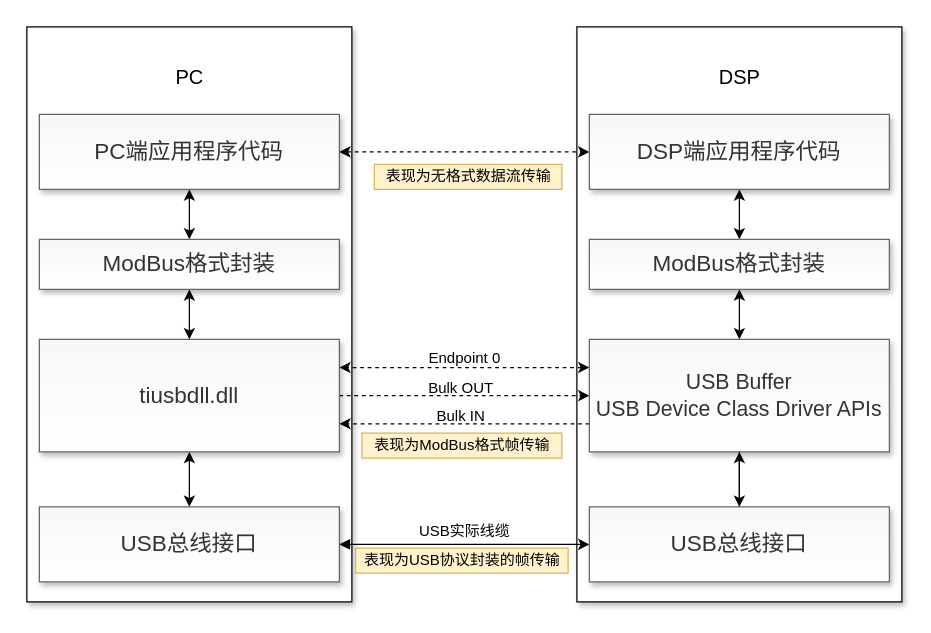
The draw.io diagram page "整个通信框图" (1 of 3) of Untitled Diagram.drawio in fuxinsen/test, before the edit. Source tidied: cells renumbered, new cells numbered last; positions are measured from the earlier drawing's top-left corner, leaving out a move shared by most shapes. Both pictures are drawn from the tidied source at 125%, with x=0, y=0 at pixel (26, 26).
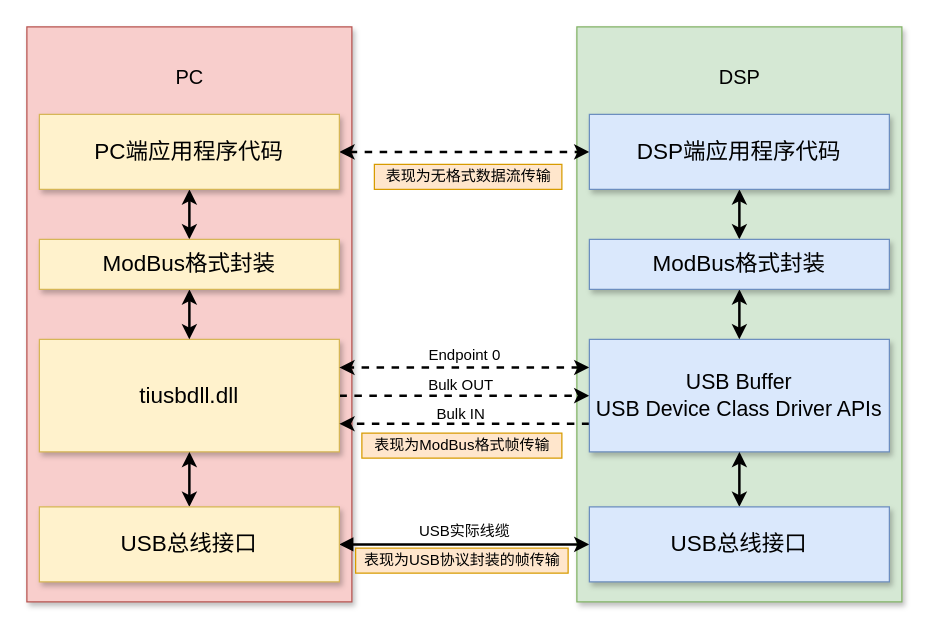
The same page after the edit.

Diff of the diagram source:
```diff
@@
-    <mxCell id="2" style="whiteSpace=wrap;html=1;shadow=1;fontSize=18;sketch=0;rounded=0;glass=0;" parent="1" vertex="1">
+    <mxCell id="2" style="whiteSpace=wrap;html=1;shadow=1;fontSize=18;sketch=0;rounded=0;glass=0;fillColor=#d5e8d4;strokeColor=#82b366;" parent="1" vertex="1">
       <mxGeometry x="440" width="260" height="460" as="geometry" />
     </mxCell>
-    <mxCell id="3" value="&lt;div&gt;&lt;br&gt;&lt;/div&gt;" style="whiteSpace=wrap;html=1;shadow=1;fontSize=18;sketch=0;rounded=0;glass=0;align=center;" parent="1" vertex="1">
+    <mxCell id="3" value="&lt;div&gt;&lt;br&gt;&lt;/div&gt;" style="whiteSpace=wrap;html=1;shadow=1;fontSize=18;sketch=0;rounded=0;glass=0;align=center;fillColor=#f8cecc;strokeColor=#b85450;" parent="1" vertex="1">
       <mxGeometry width="260" height="460" as="geometry" />
     </mxCell>
-    <mxCell id="4" style="edgeStyle=orthogonalEdgeStyle;rounded=0;sketch=0;jettySize=auto;html=1;entryX=0;entryY=0.5;entryDx=0;entryDy=0;shadow=0;dashed=1;startArrow=none;startFill=0;strokeColor=#000000;strokeWidth=1;fillColor=none;" parent="1" edge="1" source="5" target="12">
+    <mxCell id="4" style="edgeStyle=orthogonalEdgeStyle;rounded=0;sketch=0;jettySize=auto;html=1;entryX=0;entryY=0.5;entryDx=0;entryDy=0;shadow=0;dashed=1;startArrow=none;startFill=0;strokeColor=#000000;strokeWidth=2;fillColor=none;" parent="1" edge="1" source="5" target="12">
       <mxGeometry relative="1" as="geometry" />
     </mxCell>
-    <mxCell id="5" value="tiusbdll.dll" style="whiteSpace=wrap;html=1;shadow=1;fontSize=18;sketch=0;rounded=0;glass=0;strokeColor=#666666;fontColor=#333333;fillColor=#F7F7F7;gradientColor=#ffffff;" parent="1" vertex="1">
+    <mxCell id="5" value="tiusbdll.dll" style="whiteSpace=wrap;html=1;shadow=1;fontSize=18;sketch=0;rounded=0;glass=0;strokeColor=#d6b656;fillColor=#fff2cc;" parent="1" vertex="1">
       <mxGeometry x="10" y="250" width="240" height="90" as="geometry" />
     </mxCell>
-    <mxCell id="6" style="edgeStyle=orthogonalEdgeStyle;rounded=0;jettySize=auto;html=1;entryX=0;entryY=0.5;entryDx=0;entryDy=0;startArrow=block;" parent="1" edge="1" source="8" target="14">
+    <mxCell id="6" style="edgeStyle=orthogonalEdgeStyle;rounded=0;jettySize=auto;html=1;entryX=0;entryY=0.5;entryDx=0;entryDy=0;startArrow=block;strokeWidth=2;" parent="1" edge="1" source="8" target="14">
       <mxGeometry relative="1" as="geometry" />
     </mxCell>
-    <mxCell id="7" style="edgeStyle=orthogonalEdgeStyle;rounded=0;sketch=0;jettySize=auto;html=1;exitX=0.5;exitY=0;exitDx=0;exitDy=0;entryX=0.5;entryY=1;entryDx=0;entryDy=0;shadow=0;startArrow=classic;startFill=1;strokeColor=#000000;strokeWidth=1;fillColor=none;" parent="1" edge="1" source="8" target="5">
+    <mxCell id="7" style="edgeStyle=orthogonalEdgeStyle;rounded=0;sketch=0;jettySize=auto;html=1;exitX=0.5;exitY=0;exitDx=0;exitDy=0;entryX=0.5;entryY=1;entryDx=0;entryDy=0;shadow=0;startArrow=classic;startFill=1;strokeColor=#000000;strokeWidth=2;fillColor=none;" parent="1" edge="1" source="8" target="5">
       <mxGeometry relative="1" as="geometry" />
     </mxCell>
-    <mxCell id="8" value="USB总线接口" style="whiteSpace=wrap;html=1;shadow=1;fontSize=18;sketch=0;rounded=0;glass=0;strokeColor=#666666;fontColor=#333333;fillColor=#F7F7F7;gradientColor=#ffffff;" parent="1" vertex="1">
+    <mxCell id="8" value="USB总线接口" style="whiteSpace=wrap;html=1;shadow=1;fontSize=18;sketch=0;rounded=0;glass=0;strokeColor=#d6b656;fillColor=#fff2cc;" parent="1" vertex="1">
       <mxGeometry x="10" y="384" width="240" height="60" as="geometry" />
     </mxCell>
-    <mxCell id="9" style="edgeStyle=orthogonalEdgeStyle;rounded=0;jettySize=auto;html=1;" parent="1" edge="1" source="12" target="14">
-      <mxGeometry relative="1" as="geometry" />
-    </mxCell>
-    <mxCell id="10" style="edgeStyle=orthogonalEdgeStyle;rounded=0;sketch=0;jettySize=auto;html=1;exitX=0;exitY=0.75;exitDx=0;exitDy=0;entryX=1;entryY=0.75;entryDx=0;entryDy=0;shadow=0;dashed=1;startArrow=none;startFill=0;strokeColor=#000000;strokeWidth=1;fillColor=none;" parent="1" edge="1" source="12" target="5">
+    <mxCell id="10" style="edgeStyle=orthogonalEdgeStyle;rounded=0;sketch=0;jettySize=auto;html=1;exitX=0;exitY=0.75;exitDx=0;exitDy=0;entryX=1;entryY=0.75;entryDx=0;entryDy=0;shadow=0;dashed=1;startArrow=none;startFill=0;strokeColor=#000000;strokeWidth=2;fillColor=none;" parent="1" edge="1" source="12" target="5">
       <mxGeometry relative="1" as="geometry" />
     </mxCell>
-    <mxCell id="11" style="edgeStyle=orthogonalEdgeStyle;rounded=0;sketch=0;jettySize=auto;html=1;exitX=0;exitY=0.25;exitDx=0;exitDy=0;entryX=1;entryY=0.25;entryDx=0;entryDy=0;shadow=0;startArrow=classic;startFill=1;strokeColor=#000000;strokeWidth=1;fillColor=none;dashed=1;" parent="1" edge="1" source="12" target="5">
+    <mxCell id="11" style="edgeStyle=orthogonalEdgeStyle;rounded=0;sketch=0;jettySize=auto;html=1;exitX=0;exitY=0.25;exitDx=0;exitDy=0;entryX=1;entryY=0.25;entryDx=0;entryDy=0;shadow=0;startArrow=classic;startFill=1;strokeColor=#000000;strokeWidth=2;fillColor=none;dashed=1;" parent="1" edge="1" source="12" target="5">
       <mxGeometry relative="1" as="geometry">
         <Array as="points">
           <mxPoint x="400" y="273" />
           <mxPoint x="400" y="273" />
         </Array>
       </mxGeometry>
     </mxCell>
-    <mxCell id="12" value="&lt;font style=&quot;font-size: 17px&quot;&gt;USB Buffer&lt;br&gt;USB Device Class Driver APIs&lt;/font&gt;" style="whiteSpace=wrap;html=1;shadow=1;fontSize=18;sketch=0;rounded=0;glass=0;strokeColor=#666666;fontColor=#333333;fillColor=#F7F7F7;gradientColor=#ffffff;" parent="1" vertex="1">
+    <mxCell id="12" value="&lt;font style=&quot;font-size: 17px&quot;&gt;USB Buffer&lt;br&gt;USB Device Class Driver APIs&lt;/font&gt;" style="whiteSpace=wrap;html=1;shadow=1;fontSize=18;sketch=0;rounded=0;glass=0;strokeColor=#6c8ebf;fillColor=#dae8fc;" parent="1" vertex="1">
       <mxGeometry x="450" y="250" width="240" height="90" as="geometry" />
     </mxCell>
-    <mxCell id="13" style="edgeStyle=orthogonalEdgeStyle;rounded=0;jettySize=auto;html=1;entryX=0.5;entryY=1;entryDx=0;entryDy=0;" parent="1" edge="1" source="14" target="12">
+    <mxCell id="13" style="edgeStyle=orthogonalEdgeStyle;rounded=0;sketch=0;jettySize=auto;html=1;exitX=0.5;exitY=0;exitDx=0;exitDy=0;entryX=0.5;entryY=1;entryDx=0;entryDy=0;shadow=0;startArrow=classic;startFill=1;endArrow=classic;endFill=1;strokeColor=#000000;strokeWidth=2;fillColor=none;fontSize=18;" parent="1" edge="1" source="14" target="12">
       <mxGeometry relative="1" as="geometry" />
     </mxCell>
-    <mxCell id="14" value="USB总线接口" style="whiteSpace=wrap;html=1;shadow=1;fontSize=18;sketch=0;rounded=0;glass=0;strokeColor=#666666;fontColor=#333333;fillColor=#F7F7F7;gradientColor=#ffffff;" parent="1" vertex="1">
+    <mxCell id="14" value="USB总线接口" style="whiteSpace=wrap;html=1;shadow=1;fontSize=18;sketch=0;rounded=0;glass=0;strokeColor=#6c8ebf;fillColor=#dae8fc;" parent="1" vertex="1">
       <mxGeometry x="450" y="384" width="240" height="60" as="geometry" />
     </mxCell>
-    <mxCell id="15" style="edgeStyle=orthogonalEdgeStyle;rounded=0;sketch=0;jettySize=auto;html=1;shadow=0;dashed=1;startArrow=classic;startFill=1;strokeColor=#000000;strokeWidth=1;fillColor=none;" parent="1" edge="1" source="17" target="19">
+    <mxCell id="15" style="edgeStyle=orthogonalEdgeStyle;rounded=0;sketch=0;jettySize=auto;html=1;shadow=0;dashed=1;startArrow=classic;startFill=1;strokeColor=#000000;strokeWidth=2;fillColor=none;" parent="1" edge="1" source="17" target="19">
       <mxGeometry relative="1" as="geometry" />
     </mxCell>
-    <mxCell id="16" style="edgeStyle=orthogonalEdgeStyle;rounded=0;sketch=0;jettySize=auto;html=1;shadow=0;startArrow=classic;startFill=1;strokeColor=#000000;strokeWidth=1;fillColor=none;fontSize=16;" parent="1" edge="1" source="17" target="30">
+    <mxCell id="16" style="edgeStyle=orthogonalEdgeStyle;rounded=0;sketch=0;jettySize=auto;html=1;shadow=0;startArrow=classic;startFill=1;strokeColor=#000000;strokeWidth=2;fillColor=none;fontSize=16;" parent="1" edge="1" source="17" target="30">
       <mxGeometry relative="1" as="geometry" />
     </mxCell>
-    <mxCell id="17" value="PC端应用程序代码" style="whiteSpace=wrap;html=1;shadow=1;fontSize=18;sketch=0;rounded=0;glass=0;strokeColor=#666666;fontColor=#333333;fillColor=#F7F7F7;gradientColor=#ffffff;" parent="1" vertex="1">
+    <mxCell id="17" value="PC端应用程序代码" style="whiteSpace=wrap;html=1;shadow=1;fontSize=18;sketch=0;rounded=0;glass=0;strokeColor=#d6b656;fillColor=#fff2cc;" parent="1" vertex="1">
       <mxGeometry x="10" y="70" width="240" height="60" as="geometry" />
     </mxCell>
-    <mxCell id="18" style="edgeStyle=orthogonalEdgeStyle;rounded=0;sketch=0;jettySize=auto;html=1;shadow=0;startArrow=classic;startFill=1;strokeColor=#000000;strokeWidth=1;fillColor=none;fontSize=16;" parent="1" edge="1" source="19" target="32">
+    <mxCell id="18" style="edgeStyle=orthogonalEdgeStyle;rounded=0;sketch=0;jettySize=auto;html=1;shadow=0;startArrow=classic;startFill=1;strokeColor=#000000;strokeWidth=2;fillColor=none;fontSize=16;" parent="1" edge="1" source="19" target="32">
       <mxGeometry relative="1" as="geometry" />
     </mxCell>
-    <mxCell id="19" value="&lt;span&gt;DSP端应用程序代码&lt;/span&gt;" style="whiteSpace=wrap;html=1;shadow=1;fontSize=18;sketch=0;rounded=0;glass=0;strokeColor=#666666;fontColor=#333333;fillColor=#F7F7F7;gradientColor=#ffffff;" parent="1" vertex="1">
+    <mxCell id="19" value="&lt;span&gt;DSP端应用程序代码&lt;/span&gt;" style="whiteSpace=wrap;html=1;shadow=1;fontSize=18;sketch=0;rounded=0;glass=0;strokeColor=#6c8ebf;fillColor=#dae8fc;" parent="1" vertex="1">
       <mxGeometry x="450" y="70" width="240" height="60" as="geometry" />
     </mxCell>
     <mxCell id="20" value="Endpoint 0" style="text;html=1;align=center;verticalAlign=middle;" parent="1" vertex="1">
-      <mxGeometry x="315" y="255" width="70" height="20" as="geometry" />
+      <mxGeometry x="315" y="253" width="70" height="20" as="geometry" />
     </mxCell>
     <mxCell id="21" value="Bulk OUT" style="text;html=1;align=center;verticalAlign=middle;" parent="1" vertex="1">
-      <mxGeometry x="312" y="279" width="70" height="20" as="geometry" />
+      <mxGeometry x="312" y="277" width="70" height="20" as="geometry" />
     </mxCell>
     <mxCell id="22" value="Bulk IN" style="text;html=1;align=center;verticalAlign=middle;" parent="1" vertex="1">
-      <mxGeometry x="322" y="302" width="50" height="20" as="geometry" />
+      <mxGeometry x="322" y="300" width="50" height="20" as="geometry" />
     </mxCell>
@@
-    <mxCell id="24" value="表现为无格式数据流传输" style="text;html=1;align=center;verticalAlign=middle;fillColor=#fff2cc;strokeColor=#d6b656;" parent="1" vertex="1">
+    <mxCell id="24" value="表现为无格式数据流传输" style="text;html=1;align=center;verticalAlign=middle;fillColor=#ffe6cc;strokeColor=#d79b00;" parent="1" vertex="1">
       <mxGeometry x="278" y="110" width="150" height="20" as="geometry" />
     </mxCell>
-    <mxCell id="25" value="表现为USB协议封装的帧传输" style="text;html=1;align=center;verticalAlign=middle;fillColor=#fff2cc;strokeColor=#d6b656;" parent="1" vertex="1">
+    <mxCell id="25" value="表现为USB协议封装的帧传输" style="text;html=1;align=center;verticalAlign=middle;fillColor=#ffe6cc;strokeColor=#d79b00;" parent="1" vertex="1">
       <mxGeometry x="263" y="417" width="170" height="20" as="geometry" />
     </mxCell>
-    <mxCell id="26" value="表现为ModBus格式帧传输" style="text;html=1;align=center;verticalAlign=middle;fillColor=#fff2cc;strokeColor=#d6b656;" parent="1" vertex="1">
+    <mxCell id="26" value="表现为ModBus格式帧传输" style="text;html=1;align=center;verticalAlign=middle;fillColor=#ffe6cc;strokeColor=#d79b00;" parent="1" vertex="1">
       <mxGeometry x="268" y="325" width="160" height="20" as="geometry" />
     </mxCell>
@@
-    <mxCell id="29" style="edgeStyle=orthogonalEdgeStyle;rounded=0;sketch=0;jettySize=auto;html=1;shadow=0;startArrow=classic;startFill=1;strokeColor=#000000;strokeWidth=1;fillColor=none;fontSize=16;" parent="1" edge="1" source="30" target="5">
+    <mxCell id="29" style="edgeStyle=orthogonalEdgeStyle;rounded=0;sketch=0;jettySize=auto;html=1;shadow=0;startArrow=classic;startFill=1;strokeColor=#000000;strokeWidth=2;fillColor=none;fontSize=16;" parent="1" edge="1" source="30" target="5">
       <mxGeometry relative="1" as="geometry" />
     </mxCell>
-    <mxCell id="30" value="ModBus格式封装" style="whiteSpace=wrap;html=1;shadow=1;fontSize=18;sketch=0;rounded=0;glass=0;strokeColor=#666666;fontColor=#333333;fillColor=#F7F7F7;gradientColor=#ffffff;" parent="1" vertex="1">
+    <mxCell id="30" value="ModBus格式封装" style="whiteSpace=wrap;html=1;shadow=1;fontSize=18;sketch=0;rounded=0;glass=0;strokeColor=#d6b656;fillColor=#fff2cc;" parent="1" vertex="1">
       <mxGeometry x="10" y="170" width="240" height="40" as="geometry" />
     </mxCell>
-    <mxCell id="31" style="edgeStyle=orthogonalEdgeStyle;rounded=0;sketch=0;jettySize=auto;html=1;shadow=0;startArrow=classic;startFill=1;strokeColor=#000000;strokeWidth=1;fillColor=none;fontSize=16;" parent="1" edge="1" source="32" target="12">
+    <mxCell id="31" style="edgeStyle=orthogonalEdgeStyle;rounded=0;sketch=0;jettySize=auto;html=1;shadow=0;startArrow=classic;startFill=1;strokeColor=#000000;strokeWidth=2;fillColor=none;fontSize=16;" parent="1" edge="1" source="32" target="12">
       <mxGeometry relative="1" as="geometry" />
     </mxCell>
-    <mxCell id="32" value="ModBus格式封装" style="whiteSpace=wrap;html=1;shadow=1;fontSize=18;sketch=0;rounded=0;glass=0;strokeColor=#666666;fontColor=#333333;fillColor=#F7F7F7;gradientColor=#ffffff;" parent="1" vertex="1">
+    <mxCell id="32" value="ModBus格式封装" style="whiteSpace=wrap;html=1;shadow=1;fontSize=18;sketch=0;rounded=0;glass=0;strokeColor=#6c8ebf;fillColor=#dae8fc;" parent="1" vertex="1">
       <mxGeometry x="450" y="170" width="240" height="40" as="geometry" />
     </mxCell>
```
